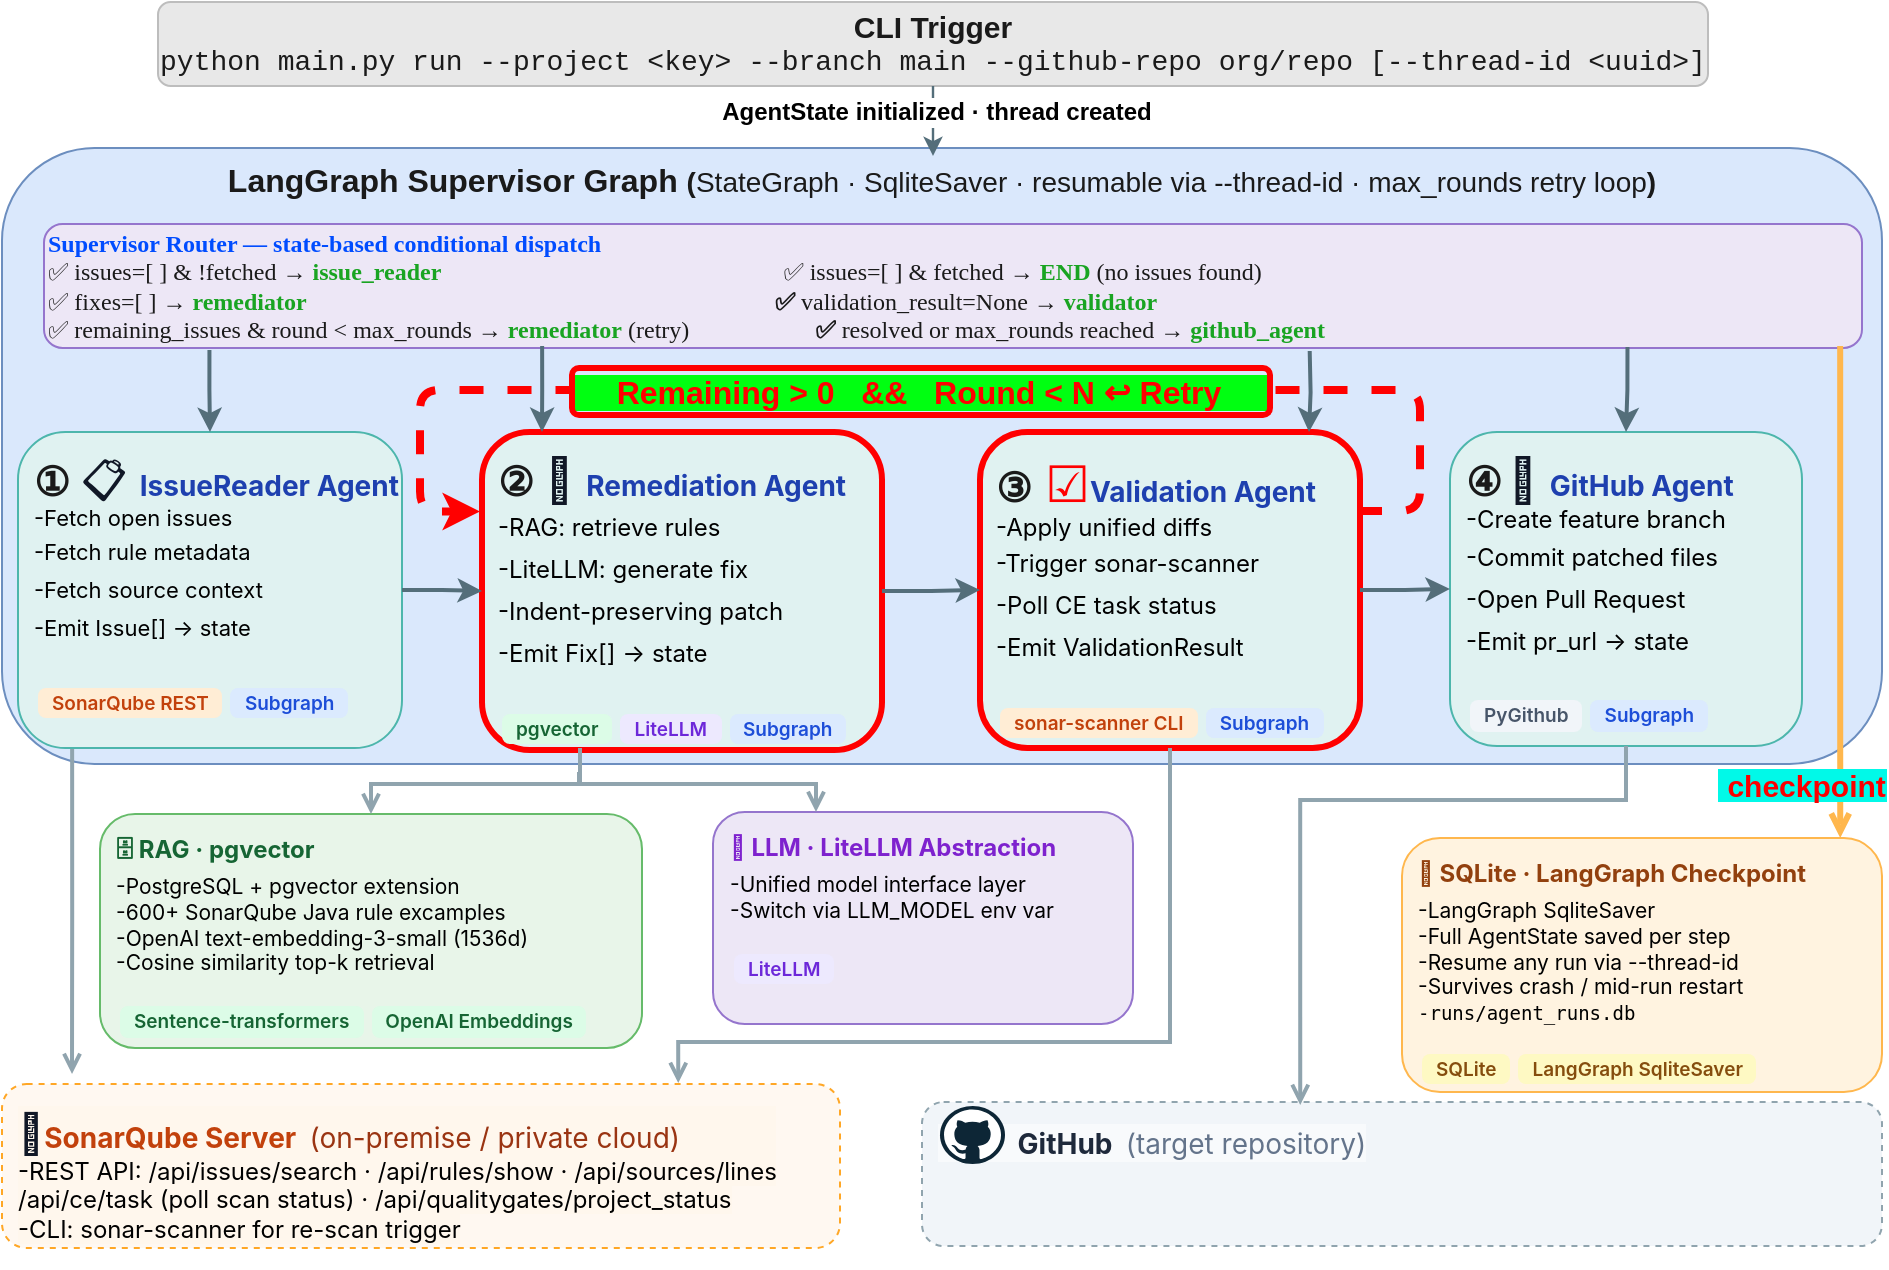
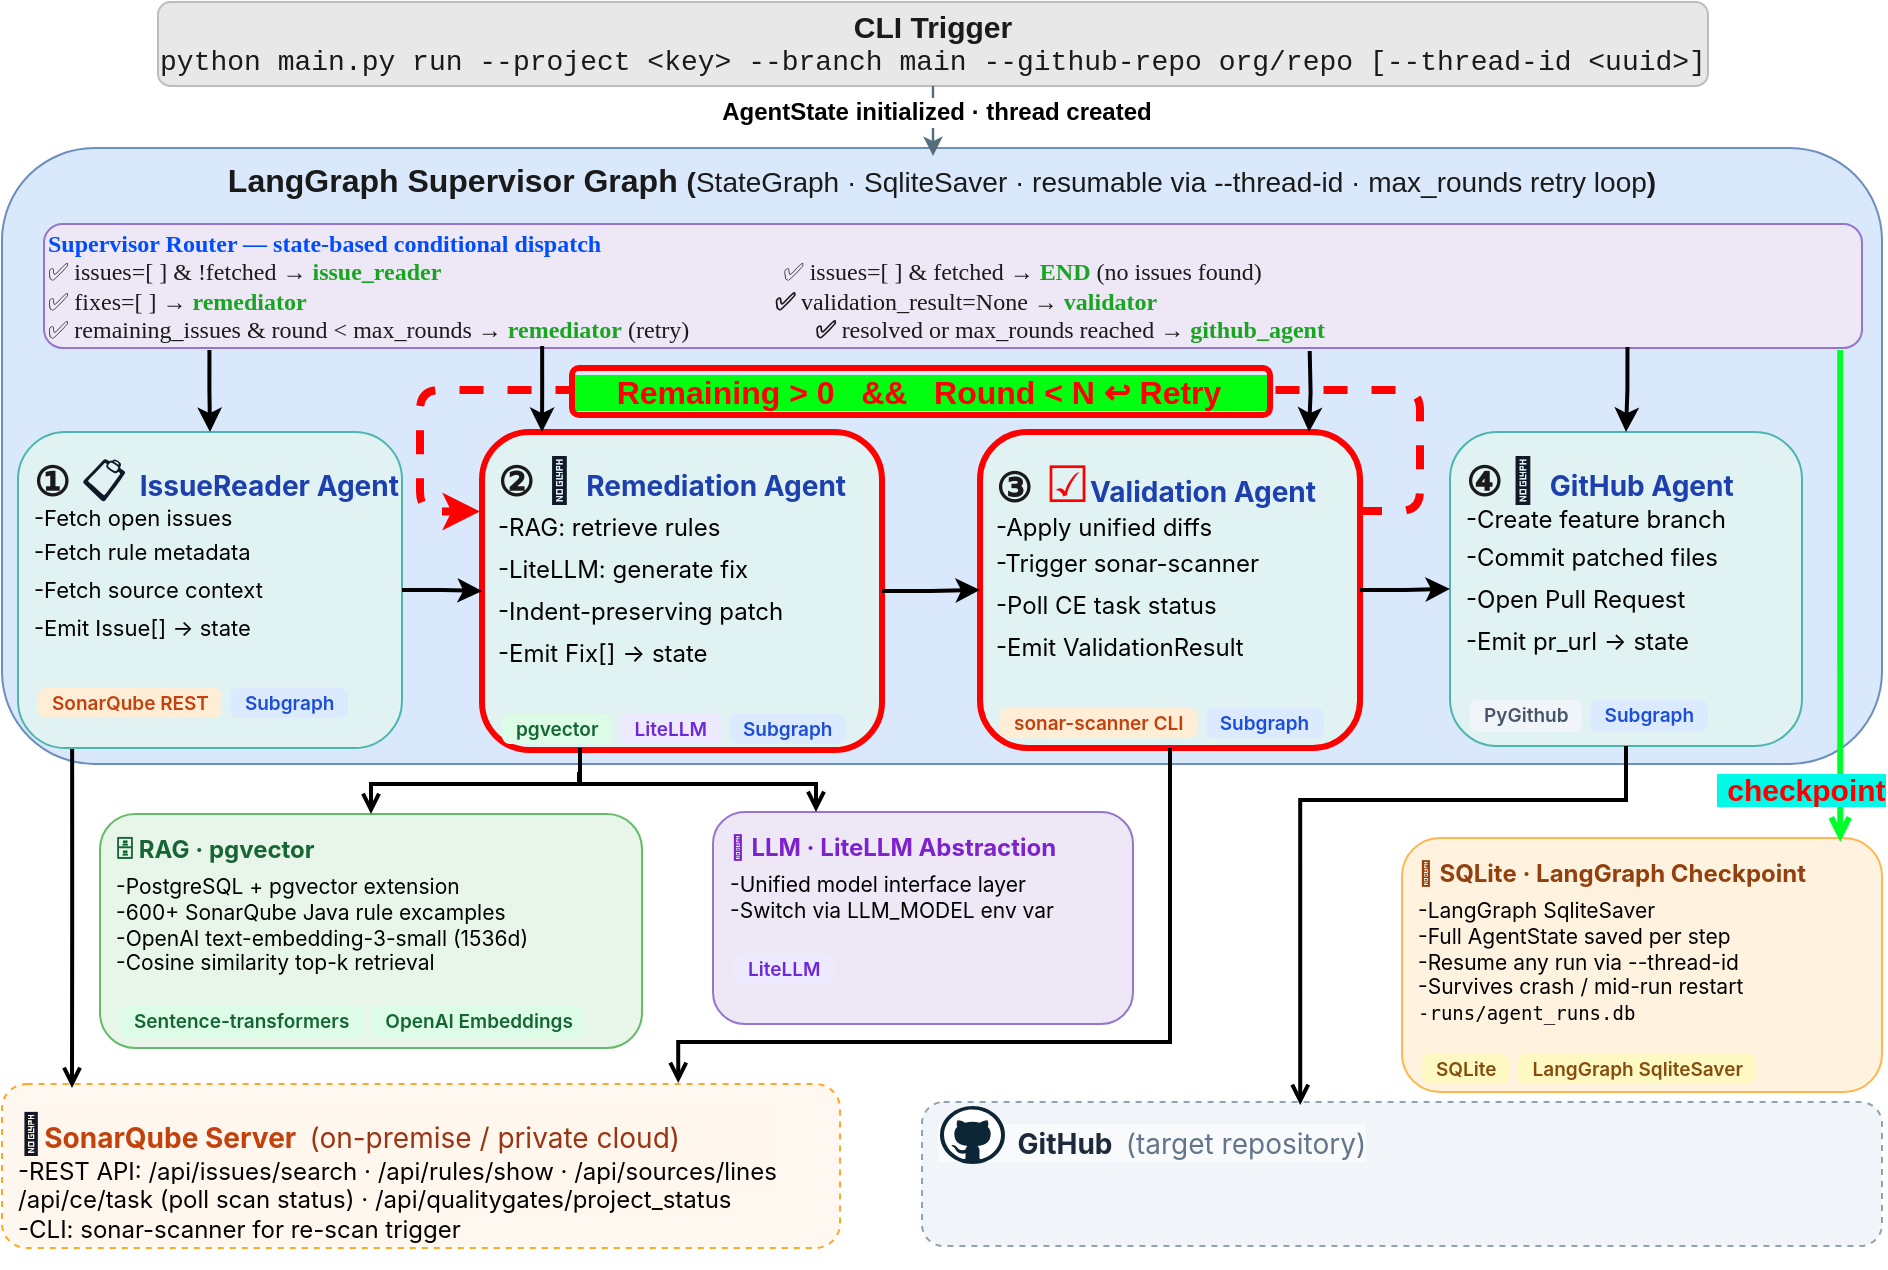
<mxfile host="Electron">
  <diagram id="sonarfix-ai" name="SonarFix AI Architecture">
    <mxGraphModel dx="1006" dy="738" grid="0" gridSize="10" guides="1" tooltips="1" connect="1" arrows="1" fold="1" page="1" pageScale="1" pageWidth="1400" pageHeight="800" math="0" shadow="0">
      <root>
        <mxCell id="0" />
        <mxCell id="1" parent="0" />
        <mxCell id="o23SUQjP1X1r7azrbHUw-1" parent="1" style="rounded=1;whiteSpace=wrap;html=1;fillColor=#dae8fc;strokeColor=#6c8ebf;verticalAlign=top;" value="&lt;font style=&quot;color: rgb(26, 26, 26);&quot;&gt;&lt;b style=&quot;&quot;&gt;&lt;font style=&quot;font-size: 16px;&quot;&gt;LangGraph Supervisor Graph &lt;/font&gt;&lt;span style=&quot;font-size: 14px;&quot;&gt;(&lt;/span&gt;&lt;/b&gt;&lt;span style=&quot;font-size: 14px;&quot;&gt;StateGraph · SqliteSaver · resumable via --thread-id · max_rounds retry loop&lt;/span&gt;&lt;b style=&quot;font-size: 14px;&quot;&gt;)&lt;/b&gt;&lt;/font&gt;" vertex="1">
          <mxGeometry height="308" width="940" x="50" y="107" as="geometry" />
        </mxCell>
        <mxCell id="cli" parent="1" style="rounded=1;whiteSpace=wrap;html=1;fillColor=#e8e8e8;strokeColor=#bdbdbd;fontColor=#1a1a1a;fontSize=11;align=center;verticalAlign=middle;" value="&lt;font style=&quot;font-size: 15px;&quot;&gt;&lt;b&gt;CLI Trigger&lt;/b&gt;&lt;br&gt;&lt;/font&gt;&lt;font face=&quot;Courier New, monospace&quot; style=&quot;font-size: 14px;&quot;&gt;python main.py run --project &amp;lt;key&amp;gt; --branch main --github-repo org/repo [--thread-id &amp;lt;uuid&amp;gt;]&lt;/font&gt;" vertex="1">
          <mxGeometry height="42" width="775" x="128" y="34" as="geometry" />
        </mxCell>
        <mxCell id="supervisor" parent="1" style="rounded=1;whiteSpace=wrap;html=1;fillColor=#ede7f6;strokeColor=#9575cd;fontColor=#1a1a1a;fontSize=11;align=left;verticalAlign=middle;" value="&lt;div&gt;&lt;b&gt;&lt;font style=&quot;font-size: 12px; color: light-dark(rgb(0, 76, 255), rgb(237, 237, 237));&quot; face=&quot;Verdana&quot;&gt;Supervisor Router — state-based conditional dispatch&lt;/font&gt;&lt;/b&gt;&lt;/div&gt;&lt;div&gt;&lt;span style=&quot;background-color: transparent; font-size: 12px;&quot;&gt;&lt;font face=&quot;Verdana&quot;&gt;✅&lt;/font&gt;&lt;/span&gt;&lt;font face=&quot;Verdana&quot;&gt;&lt;font style=&quot;font-size: 12px;&quot;&gt;&lt;font style=&quot;&quot;&gt;&amp;nbsp;is&lt;/font&gt;&lt;font style=&quot;&quot;&gt;sues&lt;/font&gt;&lt;/font&gt;&lt;font style=&quot;font-size: 12px;&quot;&gt;=[ ] &amp;amp; !fetched → &lt;b&gt;&lt;font style=&quot;color: light-dark(rgb(25, 164, 34), rgb(237, 237, 237));&quot;&gt;issue_reader&lt;/font&gt;&lt;/b&gt;&amp;nbsp; &amp;nbsp; &amp;nbsp; &amp;nbsp; &amp;nbsp; &amp;nbsp; &amp;nbsp; &amp;nbsp; &amp;nbsp; &amp;nbsp; &amp;nbsp; &amp;nbsp; &amp;nbsp; &amp;nbsp; &amp;nbsp; &amp;nbsp; &amp;nbsp; &amp;nbsp; &amp;nbsp; &amp;nbsp; &amp;nbsp; &amp;nbsp; &amp;nbsp; &amp;nbsp; &amp;nbsp; &amp;nbsp; &amp;nbsp; &amp;nbsp; &amp;nbsp;&lt;/font&gt;&lt;/font&gt;&lt;span style=&quot;background-color: transparent; font-size: 12px;&quot;&gt;&lt;font face=&quot;Verdana&quot;&gt;✅&lt;/font&gt;&lt;/span&gt;&lt;b style=&quot;font-size: 12px; font-family: Verdana; background-color: transparent; color: light-dark(rgb(26, 26, 26), rgb(215, 215, 215));&quot;&gt;&amp;nbsp;&lt;/b&gt;&lt;span style=&quot;font-size: 12px; font-family: Verdana; background-color: transparent; color: light-dark(rgb(26, 26, 26), rgb(215, 215, 215));&quot;&gt;issues=[ ] &amp;amp; fetched → &lt;/span&gt;&lt;font style=&quot;font-size: 12px; font-family: Verdana; background-color: transparent; color: light-dark(rgb(25, 164, 34), rgb(43, 163, 51));&quot;&gt;&lt;b&gt;END&lt;/b&gt;&lt;/font&gt;&lt;span style=&quot;font-size: 12px; font-family: Verdana; background-color: transparent; color: light-dark(rgb(26, 26, 26), rgb(215, 215, 215));&quot;&gt; (no issues found)&lt;/span&gt;&lt;/div&gt;&lt;div&gt;&lt;span style=&quot;background-color: transparent; font-size: 12px;&quot;&gt;&lt;font face=&quot;Verdana&quot;&gt;✅&lt;/font&gt;&lt;/span&gt;&lt;font style=&quot;font-size: 12px;&quot; face=&quot;Verdana&quot;&gt;&amp;nbsp;fixes=[ ] → &lt;font style=&quot;color: rgb(25, 164, 34);&quot;&gt;&lt;b style=&quot;&quot;&gt;remediator&lt;/b&gt;&lt;/font&gt;&amp;nbsp; &amp;nbsp; &amp;nbsp; &amp;nbsp; &amp;nbsp; &amp;nbsp; &amp;nbsp; &amp;nbsp; &amp;nbsp; &amp;nbsp; &amp;nbsp; &amp;nbsp; &amp;nbsp; &amp;nbsp; &amp;nbsp; &amp;nbsp; &amp;nbsp; &amp;nbsp; &amp;nbsp; &amp;nbsp; &amp;nbsp; &amp;nbsp; &amp;nbsp; &amp;nbsp; &amp;nbsp; &amp;nbsp; &amp;nbsp; &amp;nbsp; &amp;nbsp; &amp;nbsp; &amp;nbsp; &amp;nbsp; &amp;nbsp; &amp;nbsp; &amp;nbsp; &amp;nbsp; &amp;nbsp; &amp;nbsp; &amp;nbsp;&amp;nbsp;&lt;/font&gt;&lt;span style=&quot;background-color: transparent; font-size: 12px;&quot;&gt;&lt;font face=&quot;Verdana&quot;&gt;&lt;b&gt;✅&lt;/b&gt;&lt;/font&gt;&lt;/span&gt;&lt;span style=&quot;font-size: 12px; font-family: Verdana; background-color: transparent; color: light-dark(rgb(26, 26, 26), rgb(215, 215, 215));&quot;&gt;&amp;nbsp;validation_result=None → &lt;/span&gt;&lt;font style=&quot;font-size: 12px; font-family: Verdana; background-color: transparent; color: light-dark(rgb(25, 164, 34), rgb(237, 237, 237));&quot;&gt;&lt;b&gt;validator&lt;/b&gt;&lt;/font&gt;&lt;/div&gt;&lt;div style=&quot;&quot;&gt;&lt;font style=&quot;&quot;&gt;&lt;span style=&quot;background-color: transparent; font-size: 12px;&quot;&gt;&lt;font face=&quot;Verdana&quot;&gt;✅&lt;/font&gt;&lt;/span&gt;&lt;font face=&quot;Verdana&quot; style=&quot;font-size: 12px;&quot;&gt;&amp;nbsp;remaining_issues &amp;amp; round &amp;lt; max_rounds → &lt;font style=&quot;color: rgb(25, 164, 34);&quot;&gt;&lt;b&gt;remediator&lt;/b&gt;&lt;/font&gt; (retry)&amp;nbsp; &amp;nbsp; &amp;nbsp; &amp;nbsp; &amp;nbsp; &amp;nbsp; &amp;nbsp; &amp;nbsp; &amp;nbsp; &amp;nbsp; &amp;nbsp;&lt;/font&gt;&lt;/font&gt;&lt;span style=&quot;background-color: transparent; font-size: 12px;&quot;&gt;&lt;font face=&quot;Verdana&quot;&gt;&lt;b&gt;✅&lt;/b&gt;&lt;/font&gt;&lt;/span&gt;&lt;font face=&quot;Verdana&quot; style=&quot;background-color: transparent; color: light-dark(rgb(26, 26, 26), rgb(215, 215, 215)); font-size: 12px;&quot;&gt;&amp;nbsp;resolved or max_rounds reached → &lt;/font&gt;&lt;font style=&quot;background-color: transparent; font-size: 12px; color: rgb(25, 164, 34);&quot;&gt;&lt;b&gt;&lt;font face=&quot;Verdana&quot;&gt;github_agent&lt;/font&gt;&lt;/b&gt;&lt;/font&gt;&lt;/div&gt;" vertex="1">
          <mxGeometry height="62" width="909" x="71" y="145" as="geometry" />
        </mxCell>
        <mxCell id="reader" parent="1" style="rounded=1;whiteSpace=wrap;html=1;fillColor=#e0f2f1;strokeColor=#4db6ac;fontColor=#1a1a1a;fontSize=10;align=left;spacingLeft=6;verticalAlign=top;spacingTop=4;" value="&lt;b&gt;&lt;font style=&quot;font-size: 20px;&quot;&gt;①&amp;nbsp;&lt;/font&gt;&lt;/b&gt;&lt;span style=&quot;color: rgb(17, 24, 39); font-family: -apple-system, &amp;quot;system-ui&amp;quot;, &amp;quot;Segoe UI&amp;quot;, Roboto, sans-serif; font-size: 22px; background-color: transparent;&quot;&gt;📋&amp;nbsp;&lt;/span&gt;&lt;span style=&quot;color: rgb(30, 64, 175); font-family: -apple-system, &amp;quot;system-ui&amp;quot;, &amp;quot;Segoe UI&amp;quot;, Roboto, sans-serif; font-weight: 700; background-color: transparent;&quot;&gt;&lt;font style=&quot;font-size: 14px;&quot;&gt;IssueReader Agent&lt;/font&gt;&lt;/span&gt;&lt;div&gt;&lt;span style=&quot;font-family: -apple-system, &amp;quot;system-ui&amp;quot;, &amp;quot;Segoe UI&amp;quot;, Roboto, sans-serif; background-color: transparent;&quot;&gt;&lt;font style=&quot;color: light-dark(rgb(0, 0, 0), rgb(134, 140, 152)); font-size: 11px;&quot;&gt;-Fetch open issues&lt;/font&gt;&lt;/span&gt;&lt;/div&gt;&lt;div&gt;&lt;ul class=&quot;agent-steps&quot; style=&quot;box-sizing: border-box; margin: 0px; padding: 0px; list-style: none; line-height: 1.75; font-family: -apple-system, &amp;quot;system-ui&amp;quot;, &amp;quot;Segoe UI&amp;quot;, Roboto, sans-serif; color: rgb(107, 114, 128);&quot;&gt;&lt;li style=&quot;box-sizing: border-box; margin: 0px; padding: 0px;&quot;&gt;&lt;font style=&quot;color: light-dark(rgb(0, 0, 0), rgb(134, 140, 152)); font-size: 11px;&quot;&gt;-Fetch rule metadata&lt;/font&gt;&lt;/li&gt;&lt;li style=&quot;box-sizing: border-box; margin: 0px; padding: 0px;&quot;&gt;&lt;font style=&quot;color: light-dark(rgb(0, 0, 0), rgb(134, 140, 152)); font-size: 11px;&quot;&gt;-Fetch source context&lt;/font&gt;&lt;/li&gt;&lt;li style=&quot;box-sizing: border-box; margin: 0px; padding: 0px;&quot;&gt;&lt;font style=&quot;color: light-dark(rgb(0, 0, 0), rgb(134, 140, 152)); font-size: 11px;&quot;&gt;-Emit Issue[] → state&lt;/font&gt;&lt;/li&gt;&lt;li style=&quot;color: rgb(107, 114, 128); box-sizing: border-box; margin: 0px; padding: 0px;&quot;&gt;&lt;br&gt;&lt;/li&gt;&lt;/ul&gt;&lt;span class=&quot;badge b-orange&quot; style=&quot;box-sizing: border-box; margin: 2px; padding: 2px 7px; display: inline-block; font-size: 9.5px; font-weight: 600; border-radius: 4px; background: rgb(255, 237, 213); color: rgb(194, 65, 12); font-family: -apple-system, &amp;quot;system-ui&amp;quot;, &amp;quot;Segoe UI&amp;quot;, Roboto, sans-serif;&quot;&gt;SonarQube REST&lt;/span&gt;&lt;span class=&quot;badge b-blue&quot; style=&quot;box-sizing: border-box; margin: 2px; padding: 2px 7px; display: inline-block; font-size: 9.5px; font-weight: 600; border-radius: 4px; background: rgb(219, 234, 254); color: rgb(29, 78, 216); font-family: -apple-system, &amp;quot;system-ui&amp;quot;, &amp;quot;Segoe UI&amp;quot;, Roboto, sans-serif;&quot;&gt;Subgraph&lt;/span&gt;&lt;/div&gt;" vertex="1">
          <mxGeometry height="158" width="192" x="58" y="249" as="geometry" />
        </mxCell>
        <mxCell id="remediator" parent="1" style="rounded=1;whiteSpace=wrap;html=1;fillColor=#e0f2f1;strokeColor=light-dark(#ff0000, #1e7870);fontColor=#1a1a1a;fontSize=10;align=left;spacingLeft=6;verticalAlign=top;spacingTop=4;strokeWidth=3;" value="&lt;b&gt;&lt;font style=&quot;font-size: 20px;&quot;&gt;②&amp;nbsp;&lt;/font&gt;&lt;/b&gt;&lt;span style=&quot;color: rgb(17, 24, 39); font-family: -apple-system, &amp;quot;system-ui&amp;quot;, &amp;quot;Segoe UI&amp;quot;, Roboto, sans-serif; font-size: 22px; background-color: transparent;&quot;&gt;🔧&amp;nbsp;&lt;/span&gt;&lt;span style=&quot;color: rgb(30, 64, 175); font-family: -apple-system, &amp;quot;system-ui&amp;quot;, &amp;quot;Segoe UI&amp;quot;, Roboto, sans-serif; font-weight: 700; background-color: transparent;&quot;&gt;&lt;font style=&quot;font-size: 14px;&quot;&gt;Remediation Agent&lt;/font&gt;&lt;/span&gt;&lt;div&gt;&lt;ul class=&quot;agent-steps&quot; style=&quot;box-sizing: border-box; margin: 0px; padding: 0px; list-style: none; line-height: 1.75; font-family: -apple-system, &amp;quot;system-ui&amp;quot;, &amp;quot;Segoe UI&amp;quot;, Roboto, sans-serif;&quot;&gt;&lt;li style=&quot;box-sizing: border-box; margin: 0px; padding: 0px;&quot;&gt;&lt;font style=&quot;color: light-dark(rgb(0, 0, 0), rgb(134, 140, 152)); font-size: 12px;&quot;&gt;-RAG: retrieve rules&lt;/font&gt;&lt;/li&gt;&lt;li style=&quot;box-sizing: border-box; margin: 0px; padding: 0px;&quot;&gt;&lt;font style=&quot;color: light-dark(rgb(0, 0, 0), rgb(134, 140, 152)); font-size: 12px;&quot;&gt;-LiteLLM: generate fix&lt;/font&gt;&lt;/li&gt;&lt;li style=&quot;box-sizing: border-box; margin: 0px; padding: 0px;&quot;&gt;&lt;font style=&quot;color: light-dark(rgb(0, 0, 0), rgb(134, 140, 152)); font-size: 12px;&quot;&gt;-Indent-preserving patch&lt;/font&gt;&lt;/li&gt;&lt;li style=&quot;box-sizing: border-box; margin: 0px; padding: 0px;&quot;&gt;&lt;font style=&quot;color: light-dark(rgb(0, 0, 0), rgb(134, 140, 152)); font-size: 12px;&quot;&gt;-Emit Fix[] → state&lt;/font&gt;&lt;/li&gt;&lt;li style=&quot;color: rgb(107, 114, 128); box-sizing: border-box; margin: 0px; padding: 0px;&quot;&gt;&lt;br&gt;&lt;/li&gt;&lt;/ul&gt;&lt;span class=&quot;badge b-green&quot; style=&quot;box-sizing: border-box; margin: 2px; padding: 2px 7px; display: inline-block; font-size: 9.5px; font-weight: 600; border-radius: 4px; background: rgb(220, 252, 231); color: rgb(22, 101, 52); font-family: -apple-system, &amp;quot;system-ui&amp;quot;, &amp;quot;Segoe UI&amp;quot;, Roboto, sans-serif;&quot;&gt;pgvector&lt;/span&gt;&lt;span class=&quot;badge b-purple&quot; style=&quot;box-sizing: border-box; margin: 2px; padding: 2px 7px; display: inline-block; font-size: 9.5px; font-weight: 600; border-radius: 4px; background: rgb(237, 233, 254); color: rgb(109, 40, 217); font-family: -apple-system, &amp;quot;system-ui&amp;quot;, &amp;quot;Segoe UI&amp;quot;, Roboto, sans-serif;&quot;&gt;LiteLLM&lt;/span&gt;&lt;span class=&quot;badge b-blue&quot; style=&quot;box-sizing: border-box; margin: 2px; padding: 2px 7px; display: inline-block; font-size: 9.5px; font-weight: 600; border-radius: 4px; background: rgb(219, 234, 254); color: rgb(29, 78, 216); font-family: -apple-system, &amp;quot;system-ui&amp;quot;, &amp;quot;Segoe UI&amp;quot;, Roboto, sans-serif;&quot;&gt;Subgraph&lt;/span&gt;&lt;/div&gt;&lt;div&gt;&lt;span style=&quot;background-color: rgb(237, 233, 254); color: rgb(109, 40, 217); font-family: -apple-system, &amp;quot;system-ui&amp;quot;, &amp;quot;Segoe UI&amp;quot;, Roboto, sans-serif; font-size: 9.5px; font-weight: 600;&quot;&gt;&lt;br&gt;&lt;/span&gt;&lt;/div&gt;" vertex="1">
          <mxGeometry height="159" width="200" x="290" y="249" as="geometry" />
        </mxCell>
        <mxCell id="validator" parent="1" style="rounded=1;whiteSpace=wrap;html=1;fillColor=#e0f2f1;strokeColor=light-dark(#ff0000, #1e7870);fontColor=#1a1a1a;fontSize=10;align=left;spacingLeft=6;verticalAlign=top;spacingTop=4;strokeWidth=3;" value="&lt;font style=&quot;&quot;&gt;&lt;b style=&quot;&quot;&gt;&lt;font style=&quot;font-size: 20px;&quot;&gt;③&lt;/font&gt;&lt;span style=&quot;font-size: 12px;&quot;&gt;&amp;nbsp;&amp;nbsp;&lt;/span&gt;&lt;/b&gt;&lt;/font&gt;&lt;span style=&quot;font-family: -apple-system, &amp;quot;system-ui&amp;quot;, &amp;quot;Segoe UI&amp;quot;, Roboto, sans-serif; font-weight: 700;&quot;&gt;&lt;span style=&quot;font-family: -apple-system, &amp;quot;system-ui&amp;quot;, &amp;quot;Helvetica Neue&amp;quot;, &amp;quot;PingFang SC&amp;quot;, &amp;quot;Microsoft YaHei&amp;quot;, &amp;quot;Source Han Sans SC&amp;quot;, &amp;quot;Noto Sans CJK SC&amp;quot;, &amp;quot;WenQuanYi Micro Hei&amp;quot;, &amp;quot;MiSans L3&amp;quot;, &amp;quot;Segoe UI&amp;quot;, sans-serif; font-weight: 400;&quot;&gt;&lt;font style=&quot;color: light-dark(rgb(255, 0, 0), rgb(185, 188, 193)); font-size: 25px;&quot;&gt;☑&lt;/font&gt;&lt;/span&gt;&lt;font color=&quot;#1e40af&quot; style=&quot;font-size: 14px;&quot;&gt;Validation Agent&lt;/font&gt;&lt;/span&gt;&lt;div&gt;&lt;span style=&quot;font-family: -apple-system, &amp;quot;system-ui&amp;quot;, &amp;quot;Segoe UI&amp;quot;, Roboto, sans-serif; background-color: transparent;&quot;&gt;&lt;font style=&quot;color: light-dark(rgb(0, 0, 0), rgb(134, 140, 152)); font-size: 12px;&quot;&gt;-Apply unified diffs&lt;/font&gt;&lt;/span&gt;&lt;/div&gt;&lt;div&gt;&lt;ul class=&quot;agent-steps&quot; style=&quot;box-sizing: border-box; margin: 0px; padding: 0px; list-style: none; line-height: 1.75; font-family: -apple-system, &amp;quot;system-ui&amp;quot;, &amp;quot;Segoe UI&amp;quot;, Roboto, sans-serif; color: rgb(107, 114, 128);&quot;&gt;&lt;li style=&quot;box-sizing: border-box; margin: 0px; padding: 0px;&quot;&gt;&lt;font style=&quot;color: light-dark(rgb(0, 0, 0), rgb(134, 140, 152)); font-size: 12px;&quot;&gt;-Trigger sonar-scanner&lt;/font&gt;&lt;/li&gt;&lt;li style=&quot;box-sizing: border-box; margin: 0px; padding: 0px;&quot;&gt;&lt;font style=&quot;color: light-dark(rgb(0, 0, 0), rgb(134, 140, 152)); font-size: 12px;&quot;&gt;-Poll CE task status&lt;/font&gt;&lt;/li&gt;&lt;li style=&quot;box-sizing: border-box; margin: 0px; padding: 0px;&quot;&gt;&lt;font style=&quot;color: light-dark(rgb(0, 0, 0), rgb(134, 140, 152)); font-size: 12px;&quot;&gt;-Emit ValidationResult&lt;/font&gt;&lt;/li&gt;&lt;li style=&quot;color: rgb(107, 114, 128); box-sizing: border-box; margin: 0px; padding: 0px;&quot;&gt;&lt;br&gt;&lt;/li&gt;&lt;/ul&gt;&lt;span class=&quot;badge b-orange&quot; style=&quot;box-sizing: border-box; margin: 2px; padding: 2px 7px; display: inline-block; font-size: 9.5px; font-weight: 600; border-radius: 4px; background: rgb(255, 237, 213); color: rgb(194, 65, 12); font-family: -apple-system, &amp;quot;system-ui&amp;quot;, &amp;quot;Segoe UI&amp;quot;, Roboto, sans-serif;&quot;&gt;sonar-scanner CLI&lt;/span&gt;&lt;span class=&quot;badge b-blue&quot; style=&quot;box-sizing: border-box; margin: 2px; padding: 2px 7px; display: inline-block; font-size: 9.5px; font-weight: 600; border-radius: 4px; background: rgb(219, 234, 254); color: rgb(29, 78, 216); font-family: -apple-system, &amp;quot;system-ui&amp;quot;, &amp;quot;Segoe UI&amp;quot;, Roboto, sans-serif;&quot;&gt;Subgraph&lt;/span&gt;&lt;/div&gt;" vertex="1">
          <mxGeometry height="158" width="190" x="539" y="249" as="geometry" />
        </mxCell>
        <mxCell id="github-agent" parent="1" style="rounded=1;whiteSpace=wrap;html=1;fillColor=#e0f2f1;strokeColor=#4db6ac;fontColor=#1a1a1a;fontSize=10;align=left;spacingLeft=6;verticalAlign=top;spacingTop=4;" value="&lt;b&gt;&lt;font style=&quot;font-size: 20px;&quot;&gt;④&lt;/font&gt;&lt;font style=&quot;font-size: 12px;&quot;&gt;&amp;nbsp;&lt;/font&gt;&lt;/b&gt;&lt;span style=&quot;color: rgb(17, 24, 39); font-family: -apple-system, &amp;quot;system-ui&amp;quot;, &amp;quot;Segoe UI&amp;quot;, Roboto, sans-serif; font-size: 22px; background-color: transparent;&quot;&gt;🐙&amp;nbsp;&lt;/span&gt;&lt;span style=&quot;color: rgb(30, 64, 175); font-family: -apple-system, &amp;quot;system-ui&amp;quot;, &amp;quot;Segoe UI&amp;quot;, Roboto, sans-serif; font-weight: 700; background-color: transparent;&quot;&gt;&lt;font style=&quot;font-size: 14px;&quot;&gt;GitHub Agent&lt;/font&gt;&lt;/span&gt;&lt;ul class=&quot;agent-steps&quot; style=&quot;box-sizing: border-box; margin: 0px; padding: 0px; list-style: none; color: rgb(107, 114, 128); line-height: 1.75; font-family: -apple-system, &amp;quot;system-ui&amp;quot;, &amp;quot;Segoe UI&amp;quot;, Roboto, sans-serif;&quot;&gt;&lt;/ul&gt;&lt;div&gt;&lt;span style=&quot;font-family: -apple-system, &amp;quot;system-ui&amp;quot;, &amp;quot;Segoe UI&amp;quot;, Roboto, sans-serif; background-color: transparent;&quot;&gt;&lt;font style=&quot;color: light-dark(rgb(0, 0, 0), rgb(134, 140, 152)); font-size: 12px;&quot;&gt;-Create feature branch&lt;/font&gt;&lt;/span&gt;&lt;/div&gt;&lt;div&gt;&lt;ul class=&quot;agent-steps&quot; style=&quot;box-sizing: border-box; margin: 0px; padding: 0px; list-style: none; line-height: 1.75; font-family: -apple-system, &amp;quot;system-ui&amp;quot;, &amp;quot;Segoe UI&amp;quot;, Roboto, sans-serif; color: rgb(107, 114, 128);&quot;&gt;&lt;li style=&quot;box-sizing: border-box; margin: 0px; padding: 0px;&quot;&gt;&lt;font style=&quot;color: light-dark(rgb(0, 0, 0), rgb(134, 140, 152)); font-size: 12px;&quot;&gt;-Commit patched files&lt;/font&gt;&lt;/li&gt;&lt;li style=&quot;box-sizing: border-box; margin: 0px; padding: 0px;&quot;&gt;&lt;font style=&quot;color: light-dark(rgb(0, 0, 0), rgb(134, 140, 152)); font-size: 12px;&quot;&gt;-Open Pull Request&lt;/font&gt;&lt;/li&gt;&lt;li style=&quot;box-sizing: border-box; margin: 0px; padding: 0px;&quot;&gt;&lt;font style=&quot;color: light-dark(rgb(0, 0, 0), rgb(134, 140, 152)); font-size: 12px;&quot;&gt;-Emit pr_url → state&lt;/font&gt;&lt;/li&gt;&lt;li style=&quot;color: rgb(107, 114, 128); box-sizing: border-box; margin: 0px; padding: 0px;&quot;&gt;&lt;br&gt;&lt;/li&gt;&lt;/ul&gt;&lt;span class=&quot;badge b-gray&quot; style=&quot;box-sizing: border-box; margin: 2px; padding: 2px 7px; display: inline-block; font-size: 9.5px; font-weight: 600; border-radius: 4px; background: rgb(241, 245, 249); color: rgb(71, 85, 105); font-family: -apple-system, &amp;quot;system-ui&amp;quot;, &amp;quot;Segoe UI&amp;quot;, Roboto, sans-serif;&quot;&gt;PyGithub&lt;/span&gt;&lt;span class=&quot;badge b-blue&quot; style=&quot;box-sizing: border-box; margin: 2px; padding: 2px 7px; display: inline-block; font-size: 9.5px; font-weight: 600; border-radius: 4px; background: rgb(219, 234, 254); color: rgb(29, 78, 216); font-family: -apple-system, &amp;quot;system-ui&amp;quot;, &amp;quot;Segoe UI&amp;quot;, Roboto, sans-serif;&quot;&gt;Subgraph&lt;/span&gt;&lt;/div&gt;" vertex="1">
          <mxGeometry height="157" width="176" x="774" y="249" as="geometry" />
        </mxCell>
        <mxCell id="rag" parent="1" style="rounded=1;whiteSpace=wrap;html=1;fillColor=#e8f5e9;strokeColor=#66bb6a;fontColor=#1a1a1a;fontSize=10;align=left;spacingLeft=6;verticalAlign=top;spacingTop=4;" value="&lt;div class=&quot;infra-title&quot; style=&quot;box-sizing: border-box; margin: 0px 0px 6px; padding: 0px; font-size: 12px; font-weight: 700; color: rgb(22, 101, 52); font-family: -apple-system, &amp;quot;system-ui&amp;quot;, &amp;quot;Segoe UI&amp;quot;, Roboto, sans-serif;&quot;&gt;🗄️ RAG · pgvector&lt;/div&gt;&lt;div&gt;&lt;span style=&quot;font-family: -apple-system, &amp;quot;system-ui&amp;quot;, &amp;quot;Segoe UI&amp;quot;, Roboto, sans-serif; font-size: 10.5px; background-color: transparent;&quot;&gt;&lt;font style=&quot;color: light-dark(rgb(0, 0, 0), rgb(134, 140, 152));&quot;&gt;-PostgreSQL + pgvector extension&lt;/font&gt;&lt;/span&gt;&lt;/div&gt;&lt;div&gt;&lt;span&gt;&lt;font style=&quot;color: light-dark(rgb(0, 0, 0), rgb(134, 140, 152));&quot;&gt;&lt;span style=&quot;font-family: -apple-system, &amp;quot;system-ui&amp;quot;, &amp;quot;Segoe UI&amp;quot;, Roboto, sans-serif; font-size: 10.5px;&quot;&gt;-600+ SonarQube Java rule excamples&lt;/span&gt;&lt;br style=&quot;box-sizing: border-box; margin: 0px; padding: 0px; font-family: -apple-system, &amp;quot;system-ui&amp;quot;, &amp;quot;Segoe UI&amp;quot;, Roboto, sans-serif; font-size: 10.5px;&quot;&gt;&lt;span style=&quot;font-family: -apple-system, &amp;quot;system-ui&amp;quot;, &amp;quot;Segoe UI&amp;quot;, Roboto, sans-serif; font-size: 10.5px;&quot;&gt;-OpenAI text-embedding-3-small (1536d)&lt;/span&gt;&lt;br style=&quot;box-sizing: border-box; margin: 0px; padding: 0px; font-family: -apple-system, &amp;quot;system-ui&amp;quot;, &amp;quot;Segoe UI&amp;quot;, Roboto, sans-serif; font-size: 10.5px;&quot;&gt;&lt;span style=&quot;font-family: -apple-system, &amp;quot;system-ui&amp;quot;, &amp;quot;Segoe UI&amp;quot;, Roboto, sans-serif; font-size: 10.5px;&quot;&gt;-Cosine similarity top-k retrieval&lt;/span&gt;&lt;/font&gt;&lt;/span&gt;&lt;/div&gt;&lt;div&gt;&lt;span&gt;&lt;span style=&quot;color: rgb(107, 114, 128); font-family: -apple-system, &amp;quot;system-ui&amp;quot;, &amp;quot;Segoe UI&amp;quot;, Roboto, sans-serif; font-size: 10.5px;&quot;&gt;&lt;br&gt;&lt;/span&gt;&lt;/span&gt;&lt;/div&gt;&lt;div&gt;&lt;span class=&quot;badge b-green&quot; style=&quot;box-sizing: border-box; margin: 2px; padding: 2px 7px; display: inline-block; font-size: 9.5px; font-weight: 600; border-radius: 4px; background: rgb(220, 252, 231); color: rgb(22, 101, 52); font-family: -apple-system, &amp;quot;system-ui&amp;quot;, &amp;quot;Segoe UI&amp;quot;, Roboto, sans-serif;&quot;&gt;Sentence-transformers&lt;/span&gt;&lt;span class=&quot;badge b-green&quot; style=&quot;box-sizing: border-box; margin: 2px; padding: 2px 7px; display: inline-block; font-size: 9.5px; font-weight: 600; border-radius: 4px; background: rgb(220, 252, 231); color: rgb(22, 101, 52); font-family: -apple-system, &amp;quot;system-ui&amp;quot;, &amp;quot;Segoe UI&amp;quot;, Roboto, sans-serif;&quot;&gt;OpenAI Embeddings&lt;/span&gt;&lt;/div&gt;" vertex="1">
          <mxGeometry height="117" width="271" x="99" y="440" as="geometry" />
        </mxCell>
        <mxCell id="litellm" parent="1" style="rounded=1;whiteSpace=wrap;html=1;fillColor=#ede7f6;strokeColor=#9575cd;fontColor=#1a1a1a;fontSize=10;align=left;spacingLeft=6;verticalAlign=top;spacingTop=4;" value="&lt;div class=&quot;infra-title&quot; style=&quot;box-sizing: border-box; margin: 0px 0px 6px; padding: 0px; font-size: 12px; font-weight: 700; color: rgb(126, 34, 206); font-family: -apple-system, &amp;quot;system-ui&amp;quot;, &amp;quot;Segoe UI&amp;quot;, Roboto, sans-serif;&quot;&gt;🤖 LLM · LiteLLM Abstraction&lt;/div&gt;&lt;div&gt;&lt;span style=&quot;font-family: -apple-system, &amp;quot;system-ui&amp;quot;, &amp;quot;Segoe UI&amp;quot;, Roboto, sans-serif; font-size: 10.5px; background-color: transparent;&quot;&gt;&lt;font style=&quot;color: light-dark(rgb(0, 0, 0), rgb(134, 140, 152));&quot;&gt;-Unified model interface layer&lt;/font&gt;&lt;/span&gt;&lt;/div&gt;&lt;div&gt;&lt;span&gt;&lt;span style=&quot;font-family: -apple-system, &amp;quot;system-ui&amp;quot;, &amp;quot;Segoe UI&amp;quot;, Roboto, sans-serif; font-size: 10.5px; color: rgb(107, 114, 128);&quot;&gt;&lt;font style=&quot;color: light-dark(rgb(0, 0, 0), rgb(134, 140, 152));&quot;&gt;-Switch via LLM_MODEL env var&lt;/font&gt;&lt;/span&gt;&lt;br style=&quot;box-sizing: border-box; margin: 0px; padding: 0px; color: rgb(107, 114, 128); font-family: -apple-system, &amp;quot;system-ui&amp;quot;, &amp;quot;Segoe UI&amp;quot;, Roboto, sans-serif; font-size: 10.5px;&quot;&gt;&lt;/span&gt;&lt;br&gt;&lt;/div&gt;&lt;div&gt;&lt;span class=&quot;badge b-purple&quot; style=&quot;box-sizing: border-box; margin: 2px; padding: 2px 7px; display: inline-block; font-size: 9.5px; font-weight: 600; border-radius: 4px; background: rgb(237, 233, 254); color: rgb(109, 40, 217); font-family: -apple-system, &amp;quot;system-ui&amp;quot;, &amp;quot;Segoe UI&amp;quot;, Roboto, sans-serif;&quot;&gt;LiteLLM&lt;/span&gt;&lt;/div&gt;" vertex="1">
          <mxGeometry height="106" width="210" x="405.5" y="439" as="geometry" />
        </mxCell>
        <mxCell id="sqlite" parent="1" style="rounded=1;whiteSpace=wrap;html=1;fillColor=#fff3e0;strokeColor=#ffb74d;fontColor=#1a1a1a;fontSize=10;align=left;spacingLeft=6;verticalAlign=top;spacingTop=4;" value="&lt;div&gt;&lt;div class=&quot;infra-title&quot; style=&quot;box-sizing: border-box; margin: 0px 0px 6px; padding: 0px; font-size: 12px; font-weight: 700; color: rgb(146, 64, 14); font-family: -apple-system, &amp;quot;system-ui&amp;quot;, &amp;quot;Segoe UI&amp;quot;, Roboto, sans-serif;&quot;&gt;💾 SQLite · LangGraph Checkpoint&lt;/div&gt;&lt;/div&gt;&lt;div&gt;&lt;span&gt;&lt;font style=&quot;color: light-dark(rgb(0, 0, 0), rgb(134, 140, 152));&quot;&gt;&lt;span style=&quot;font-family: -apple-system, &amp;quot;system-ui&amp;quot;, &amp;quot;Segoe UI&amp;quot;, Roboto, sans-serif; font-size: 10.5px;&quot;&gt;-LangGraph SqliteSaver&lt;/span&gt;&lt;br style=&quot;box-sizing: border-box; margin: 0px; padding: 0px; font-family: -apple-system, &amp;quot;system-ui&amp;quot;, &amp;quot;Segoe UI&amp;quot;, Roboto, sans-serif; font-size: 10.5px;&quot;&gt;&lt;span style=&quot;font-family: -apple-system, &amp;quot;system-ui&amp;quot;, &amp;quot;Segoe UI&amp;quot;, Roboto, sans-serif; font-size: 10.5px;&quot;&gt;-Full AgentState saved per step&lt;/span&gt;&lt;br style=&quot;box-sizing: border-box; margin: 0px; padding: 0px; font-family: -apple-system, &amp;quot;system-ui&amp;quot;, &amp;quot;Segoe UI&amp;quot;, Roboto, sans-serif; font-size: 10.5px;&quot;&gt;&lt;span style=&quot;font-family: -apple-system, &amp;quot;system-ui&amp;quot;, &amp;quot;Segoe UI&amp;quot;, Roboto, sans-serif; font-size: 10.5px;&quot;&gt;-Resume any run via --thread-id&lt;/span&gt;&lt;br style=&quot;box-sizing: border-box; margin: 0px; padding: 0px; font-family: -apple-system, &amp;quot;system-ui&amp;quot;, &amp;quot;Segoe UI&amp;quot;, Roboto, sans-serif; font-size: 10.5px;&quot;&gt;&lt;span style=&quot;font-family: -apple-system, &amp;quot;system-ui&amp;quot;, &amp;quot;Segoe UI&amp;quot;, Roboto, sans-serif; font-size: 10.5px;&quot;&gt;-Survives crash / mid-run restart&lt;/span&gt;&lt;br style=&quot;box-sizing: border-box; margin: 0px; padding: 0px; font-family: -apple-system, &amp;quot;system-ui&amp;quot;, &amp;quot;Segoe UI&amp;quot;, Roboto, sans-serif; font-size: 10.5px;&quot;&gt;&lt;code style=&quot;box-sizing: border-box; margin: 0px; padding: 0px; font-size: 9.5px;&quot;&gt;-runs/agent_runs.db&lt;/code&gt;&lt;/font&gt;&lt;/span&gt;&lt;br&gt;&lt;br&gt;&lt;/div&gt;&lt;div&gt;&lt;span class=&quot;badge b-yellow&quot; style=&quot;box-sizing: border-box; margin: 2px; padding: 2px 7px; display: inline-block; font-size: 9.5px; font-weight: 600; border-radius: 4px; background: rgb(254, 249, 195); color: rgb(133, 77, 14); font-family: -apple-system, &amp;quot;system-ui&amp;quot;, &amp;quot;Segoe UI&amp;quot;, Roboto, sans-serif;&quot;&gt;SQLite&lt;/span&gt;&lt;span class=&quot;badge b-yellow&quot; style=&quot;box-sizing: border-box; margin: 2px; padding: 2px 7px; display: inline-block; font-size: 9.5px; font-weight: 600; border-radius: 4px; background: rgb(254, 249, 195); color: rgb(133, 77, 14); font-family: -apple-system, &amp;quot;system-ui&amp;quot;, &amp;quot;Segoe UI&amp;quot;, Roboto, sans-serif;&quot;&gt;LangGraph SqliteSaver&lt;/span&gt;&lt;/div&gt;" vertex="1">
          <mxGeometry height="127" width="240" x="750" y="452" as="geometry" />
        </mxCell>
        <mxCell id="sonar" parent="1" style="rounded=1;whiteSpace=wrap;html=1;fillColor=#fff8f1;strokeColor=#ffa726;fontColor=#1a1a1a;fontSize=10;dashed=1;align=left;spacingLeft=6;verticalAlign=top;spacingTop=4;" value="&lt;div class=&quot;ext-icon&quot; style=&quot;box-sizing: border-box; margin: 0px; padding: 2px 0px 0px; color: rgb(17, 24, 39); font-family: -apple-system, &amp;quot;system-ui&amp;quot;, &amp;quot;Segoe UI&amp;quot;, Roboto, sans-serif; background-color: rgb(255, 247, 237);&quot;&gt;&lt;font style=&quot;font-size: 20px;&quot;&gt;🔎&lt;/font&gt;&lt;font style=&quot;font-size: 14px;&quot;&gt;&lt;span style=&quot;color: rgb(194, 65, 12); font-weight: 700;&quot;&gt;SonarQube Server &amp;nbsp;&lt;/span&gt;&lt;span style=&quot;box-sizing: border-box; margin: 0px; padding: 0px; color: rgb(154, 52, 18);&quot;&gt;(on-premise / private cloud)&lt;/span&gt;&lt;/font&gt;&lt;/div&gt;&lt;font style=&quot;font-size: 12px; color: light-dark(rgb(0, 0, 0), rgb(134, 140, 152));&quot;&gt;&lt;span style=&quot;font-family: -apple-system, &amp;quot;system-ui&amp;quot;, &amp;quot;Segoe UI&amp;quot;, Roboto, sans-serif; background-color: rgb(255, 247, 237);&quot;&gt;-REST API: /api/issues/search · /api/rules/show · /api/sources/lines&lt;/span&gt;&lt;br style=&quot;box-sizing: border-box; margin: 0px; padding: 0px; font-family: -apple-system, &amp;quot;system-ui&amp;quot;, &amp;quot;Segoe UI&amp;quot;, Roboto, sans-serif; background-color: rgb(255, 247, 237);&quot;&gt;&lt;span style=&quot;font-family: -apple-system, &amp;quot;system-ui&amp;quot;, &amp;quot;Segoe UI&amp;quot;, Roboto, sans-serif; background-color: rgb(255, 247, 237);&quot;&gt;/api/ce/task (poll scan status) · /api/qualitygates/project_status&lt;/span&gt;&lt;br style=&quot;box-sizing: border-box; margin: 0px; padding: 0px; font-family: -apple-system, &amp;quot;system-ui&amp;quot;, &amp;quot;Segoe UI&amp;quot;, Roboto, sans-serif; background-color: rgb(255, 247, 237);&quot;&gt;&lt;span style=&quot;font-family: -apple-system, &amp;quot;system-ui&amp;quot;, &amp;quot;Segoe UI&amp;quot;, Roboto, sans-serif; background-color: rgb(255, 247, 237);&quot;&gt;-CLI: sonar-scanner for re-scan trigger&lt;/span&gt;&lt;/font&gt;&lt;div&gt;&lt;br&gt;&lt;/div&gt;" vertex="1">
          <mxGeometry height="82" width="419" x="50" y="575" as="geometry" />
        </mxCell>
        <mxCell id="gh" parent="1" style="rounded=1;whiteSpace=wrap;html=1;fillColor=#f1f5f9;strokeColor=#90a4ae;fontColor=#1a1a1a;fontSize=10;dashed=1;align=left;spacingLeft=6;verticalAlign=top;spacingTop=4;" value="&lt;div class=&quot;ext-icon&quot; style=&quot;box-sizing: border-box; margin: 0px; padding: 2px 0px 0px; color: rgb(17, 24, 39); font-family: -apple-system, &amp;quot;system-ui&amp;quot;, &amp;quot;Segoe UI&amp;quot;, Roboto, sans-serif; background-color: rgb(248, 250, 252);&quot;&gt;&lt;font style=&quot;font-size: 14px;&quot;&gt;&lt;span style=&quot;color: rgb(30, 41, 59); font-weight: 700;&quot;&gt;&amp;nbsp; &amp;nbsp; &amp;nbsp; &amp;nbsp; &amp;nbsp; &amp;nbsp; GitHub &amp;nbsp;&lt;/span&gt;&lt;span style=&quot;box-sizing: border-box; margin: 0px; padding: 0px; color: rgb(100, 116, 139);&quot;&gt;(target repository)&lt;/span&gt;&lt;/font&gt;&lt;/div&gt;" vertex="1">
          <mxGeometry height="72" width="480" x="510" y="584" as="geometry" />
        </mxCell>
        <mxCell id="e-cli-sup" edge="1" parent="1" source="cli" style="edgeStyle=orthogonalEdgeStyle;rounded=0;strokeColor=#546e7a;strokeWidth=1.2;fontSize=10;align=center;exitX=0.5;exitY=1;exitDx=0;exitDy=0;fontStyle=1;" value="">
          <mxGeometry relative="1" as="geometry">
            <Array as="points">
              <mxPoint x="516" y="111" />
            </Array>
            <mxPoint x="516" y="111" as="targetPoint" />
          </mxGeometry>
        </mxCell>
        <mxCell id="hgE_cEfjaOAfdvFI9JkB-5" connectable="0" parent="e-cli-sup" style="edgeLabel;html=1;align=center;verticalAlign=middle;resizable=0;points=[];" value="&lt;span style=&quot;font-weight: 700;&quot;&gt;&lt;font style=&quot;font-size: 12px;&quot;&gt;AgentState initialized · thread created&lt;/font&gt;&lt;/span&gt;" vertex="1">
          <mxGeometry relative="1" x="-0.2122" y="1" as="geometry">
            <mxPoint y="-1" as="offset" />
          </mxGeometry>
        </mxCell>
-         <mxCell id="e-sup-reader" edge="1" parent="1" source="supervisor" style="edgeStyle=orthogonalEdgeStyle;rounded=0;strokeColor=#546e7a;strokeWidth=2;entryX=0.5;entryY=0;entryDx=0;entryDy=0;exitX=0.091;exitY=1.016;exitDx=0;exitDy=0;exitPerimeter=0;" target="reader" value="">
+         <mxCell id="e-sup-reader" edge="1" parent="1" source="supervisor" style="edgeStyle=orthogonalEdgeStyle;rounded=0;strokeColor=light-dark(#000000, #8197a2);strokeWidth=2;entryX=0.5;entryY=0;entryDx=0;entryDy=0;exitX=0.091;exitY=1.016;exitDx=0;exitDy=0;exitPerimeter=0;" target="reader" value="">
          <mxGeometry relative="1" as="geometry">
            <mxPoint x="154" y="215" as="sourcePoint" />
          </mxGeometry>
        </mxCell>
-         <mxCell id="e-sup-rem" edge="1" parent="1" source="supervisor" style="edgeStyle=orthogonalEdgeStyle;rounded=0;strokeColor=#546e7a;strokeWidth=2;entryX=0.25;entryY=0;entryDx=0;entryDy=0;exitX=0.274;exitY=0.984;exitDx=0;exitDy=0;exitPerimeter=0;" value="">
+         <mxCell id="e-sup-rem" edge="1" parent="1" source="supervisor" style="edgeStyle=orthogonalEdgeStyle;rounded=0;strokeColor=light-dark(#000000, #8197a2);strokeWidth=2;entryX=0.25;entryY=0;entryDx=0;entryDy=0;exitX=0.274;exitY=0.984;exitDx=0;exitDy=0;exitPerimeter=0;" value="">
          <mxGeometry relative="1" as="geometry">
            <mxPoint x="319.155" y="210.50400000000002" as="sourcePoint" />
            <mxPoint x="320" y="249" as="targetPoint" />
          </mxGeometry>
        </mxCell>
-         <mxCell id="e-sup-val" edge="1" parent="1" style="edgeStyle=orthogonalEdgeStyle;rounded=0;strokeColor=#546e7a;strokeWidth=2;entryX=0.75;entryY=0;entryDx=0;entryDy=0;exitX=0.672;exitY=0.96;exitDx=0;exitDy=0;exitPerimeter=0;" value="">
+         <mxCell id="e-sup-val" edge="1" parent="1" style="edgeStyle=orthogonalEdgeStyle;rounded=0;strokeColor=light-dark(#000000, #8197a2);strokeWidth=2;entryX=0.75;entryY=0;entryDx=0;entryDy=0;exitX=0.672;exitY=0.96;exitDx=0;exitDy=0;exitPerimeter=0;" value="">
          <mxGeometry relative="1" as="geometry">
            <mxPoint x="703.848" y="208.51999999999998" as="sourcePoint" />
            <mxPoint x="703.5" y="249" as="targetPoint" />
          </mxGeometry>
        </mxCell>
-         <mxCell id="e-sup-gh" edge="1" parent="1" source="supervisor" style="edgeStyle=orthogonalEdgeStyle;rounded=0;strokeColor=#546e7a;strokeWidth=2;exitX=0.871;exitY=0.992;exitDx=0;exitDy=0;entryX=0.5;entryY=0;entryDx=0;entryDy=0;exitPerimeter=0;" target="github-agent" value="">
+         <mxCell id="e-sup-gh" edge="1" parent="1" source="supervisor" style="edgeStyle=orthogonalEdgeStyle;rounded=0;strokeColor=light-dark(#000000, #8197a2);strokeWidth=2;exitX=0.871;exitY=0.992;exitDx=0;exitDy=0;entryX=0.5;entryY=0;entryDx=0;entryDy=0;exitPerimeter=0;" target="github-agent" value="">
          <mxGeometry relative="1" as="geometry" />
        </mxCell>
-         <mxCell id="e-a1-a2" edge="1" parent="1" source="reader" style="edgeStyle=orthogonalEdgeStyle;rounded=0;strokeColor=#546e7a;strokeWidth=2;exitX=1;exitY=0.5;exitDx=0;exitDy=0;entryX=0;entryY=0.5;entryDx=0;entryDy=0;" target="remediator" value="">
+         <mxCell id="e-a1-a2" edge="1" parent="1" source="reader" style="edgeStyle=orthogonalEdgeStyle;rounded=0;strokeColor=light-dark(#000000, #8197a2);strokeWidth=2;exitX=1;exitY=0.5;exitDx=0;exitDy=0;entryX=0;entryY=0.5;entryDx=0;entryDy=0;" target="remediator" value="">
          <mxGeometry relative="1" as="geometry" />
        </mxCell>
-         <mxCell id="e-a2-a3" edge="1" parent="1" source="remediator" style="edgeStyle=orthogonalEdgeStyle;rounded=0;strokeColor=#546e7a;strokeWidth=2;exitX=1;exitY=0.5;exitDx=0;exitDy=0;entryX=0;entryY=0.5;entryDx=0;entryDy=0;" target="validator" value="">
+         <mxCell id="e-a2-a3" edge="1" parent="1" source="remediator" style="edgeStyle=orthogonalEdgeStyle;rounded=0;strokeColor=light-dark(#000000, #8197a2);strokeWidth=2;exitX=1;exitY=0.5;exitDx=0;exitDy=0;entryX=0;entryY=0.5;entryDx=0;entryDy=0;" target="validator" value="">
          <mxGeometry relative="1" as="geometry" />
        </mxCell>
-         <mxCell id="e-a3-a4" edge="1" parent="1" source="validator" style="edgeStyle=orthogonalEdgeStyle;rounded=0;strokeColor=#546e7a;strokeWidth=2;exitX=1;exitY=0.5;exitDx=0;exitDy=0;entryX=0;entryY=0.5;entryDx=0;entryDy=0;" target="github-agent" value="">
+         <mxCell id="e-a3-a4" edge="1" parent="1" source="validator" style="edgeStyle=orthogonalEdgeStyle;rounded=0;strokeColor=light-dark(#000000, #8197a2);strokeWidth=2;exitX=1;exitY=0.5;exitDx=0;exitDy=0;entryX=0;entryY=0.5;entryDx=0;entryDy=0;" target="github-agent" value="">
          <mxGeometry relative="1" as="geometry" />
        </mxCell>
        <mxCell id="e-retry" edge="1" parent="1" style="edgeStyle=orthogonalEdgeStyle;rounded=1;strokeColor=light-dark(#ff0000, #934a4a);strokeWidth=4;dashed=1;fontSize=16;fontColor=light-dark(#ff0000, #934a4a);fontStyle=1;entryX=0;entryY=0.25;entryDx=0;entryDy=0;exitX=1;exitY=0.25;exitDx=0;exitDy=0;labelBackgroundColor=light-dark(#00ff11, #ededed);" value="     Remaining &gt; 0   &amp;&amp;   Round &lt; N  ↩ Retry     ">
          <mxGeometry relative="1" x="0.0025" as="geometry">
            <mxPoint as="offset" />
            <Array as="points">
              <mxPoint x="759" y="289" />
              <mxPoint x="759" y="228" />
              <mxPoint x="259" y="228" />
              <mxPoint x="259" y="289" />
            </Array>
            <mxPoint x="728" y="288.5" as="sourcePoint" />
            <mxPoint x="289" y="288.75" as="targetPoint" />
          </mxGeometry>
        </mxCell>
-         <mxCell id="e-rem-rag" edge="1" parent="1" style="edgeStyle=orthogonalEdgeStyle;rounded=0;strokeColor=#90a4ae;strokeWidth=2;endArrow=open;endFill=0;entryX=0.5;entryY=0;entryDx=0;entryDy=0;" target="rag" value="">
+         <mxCell id="e-rem-rag" edge="1" parent="1" style="edgeStyle=orthogonalEdgeStyle;rounded=0;strokeColor=light-dark(#000000, #55666e);strokeWidth=2;endArrow=open;endFill=0;entryX=0.5;entryY=0;entryDx=0;entryDy=0;" target="rag" value="">
          <mxGeometry relative="1" as="geometry">
            <Array as="points">
              <mxPoint x="339" y="425" />
              <mxPoint x="235" y="425" />
            </Array>
            <mxPoint x="338.5" y="419" as="sourcePoint" />
            <mxPoint x="233" y="437" as="targetPoint" />
          </mxGeometry>
        </mxCell>
-         <mxCell id="e-rem-llm" edge="1" parent="1" source="remediator" style="edgeStyle=orthogonalEdgeStyle;rounded=0;strokeColor=#90a4ae;strokeWidth=2;endArrow=open;endFill=0;exitX=0.25;exitY=1;exitDx=0;exitDy=0;" target="litellm" value="">
+         <mxCell id="e-rem-llm" edge="1" parent="1" source="remediator" style="edgeStyle=orthogonalEdgeStyle;rounded=0;strokeColor=light-dark(#000000, #55666e);strokeWidth=2;endArrow=open;endFill=0;exitX=0.25;exitY=1;exitDx=0;exitDy=0;" target="litellm" value="">
          <mxGeometry relative="1" as="geometry">
            <Array as="points">
              <mxPoint x="339" y="408" />
              <mxPoint x="339" y="425" />
              <mxPoint x="457" y="425" />
            </Array>
            <mxPoint x="339" y="417" as="sourcePoint" />
            <mxPoint x="457" y="444" as="targetPoint" />
          </mxGeometry>
        </mxCell>
-         <mxCell id="e-sup-sqlite" edge="1" parent="1" source="supervisor" style="edgeStyle=orthogonalEdgeStyle;rounded=0;strokeColor=#ffb74d;strokeWidth=3;endArrow=open;endFill=0;fontSize=15;entryX=0.913;entryY=0;entryDx=0;entryDy=0;entryPerimeter=0;exitX=0.988;exitY=0.984;exitDx=0;exitDy=0;exitPerimeter=0;labelBackgroundColor=light-dark(#01f9e8, #ededed);fontColor=light-dark(#fa0000, #ededed);fontStyle=1" value=" checkpoint">
-           <mxGeometry relative="1" x="0.7881" y="-19" as="geometry">
-             <mxPoint y="-1" as="offset" />
-             <mxPoint x="969.0250000000001" y="215.01600000000008" as="sourcePoint" />
-             <mxPoint x="969.1199999999999" y="452" as="targetPoint" />
+         <mxCell id="e-sup-sqlite" edge="1" parent="1" style="edgeStyle=orthogonalEdgeStyle;rounded=0;strokeColor=light-dark(#00ff2a, #814300);strokeWidth=3;endArrow=open;endFill=0;fontSize=15;entryX=0.913;entryY=0;entryDx=0;entryDy=0;entryPerimeter=0;exitX=0.988;exitY=0.984;exitDx=0;exitDy=0;exitPerimeter=0;labelBackgroundColor=light-dark(#01f9e8, #ededed);fontColor=light-dark(#fa0000, #ededed);fontStyle=1" value=" checkpoint">
+           <mxGeometry relative="1" x="0.7805" y="-19" as="geometry">
+             <mxPoint as="offset" />
+             <mxPoint x="969.0920000000001" y="208.00800000000004" as="sourcePoint" />
+             <mxPoint x="969.1199999999999" y="454" as="targetPoint" />
          </mxGeometry>
        </mxCell>
-         <mxCell id="e-reader-sonar" edge="1" parent="1" source="reader" style="edgeStyle=orthogonalEdgeStyle;rounded=0;strokeColor=#90a4ae;strokeWidth=2;endArrow=open;endFill=0;exitX=0.141;exitY=1.003;exitDx=0;exitDy=0;exitPerimeter=0;" value="">
+         <mxCell id="e-reader-sonar" edge="1" parent="1" source="reader" style="edgeStyle=orthogonalEdgeStyle;rounded=0;strokeColor=light-dark(#000000, #55666e);strokeWidth=2;endArrow=open;endFill=0;exitX=0.141;exitY=1.003;exitDx=0;exitDy=0;exitPerimeter=0;" value="">
          <mxGeometry relative="1" as="geometry">
            <mxPoint x="85" y="398" as="sourcePoint" />
-             <mxPoint x="85" y="570" as="targetPoint" />
+             <mxPoint x="85" y="577" as="targetPoint" />
          </mxGeometry>
        </mxCell>
-         <mxCell id="e-val-sonar" edge="1" parent="1" source="validator" style="edgeStyle=orthogonalEdgeStyle;rounded=0;strokeColor=#90a4ae;strokeWidth=2;endArrow=open;endFill=0;exitX=0.5;exitY=1;exitDx=0;exitDy=0;entryX=0.807;entryY=-0.006;entryDx=0;entryDy=0;entryPerimeter=0;" target="sonar" value="">
+         <mxCell id="e-val-sonar" edge="1" parent="1" source="validator" style="edgeStyle=orthogonalEdgeStyle;rounded=0;strokeColor=light-dark(#000000, #55666e);strokeWidth=2;endArrow=open;endFill=0;exitX=0.5;exitY=1;exitDx=0;exitDy=0;entryX=0.807;entryY=-0.006;entryDx=0;entryDy=0;entryPerimeter=0;" target="sonar" value="">
          <mxGeometry relative="1" as="geometry">
            <Array as="points">
              <mxPoint x="634" y="554" />
              <mxPoint x="388" y="554" />
            </Array>
            <mxPoint x="380" y="528" as="targetPoint" />
          </mxGeometry>
        </mxCell>
        <mxCell id="r89WEBbX8JHI1xpW9uaq-2" parent="1" style="rounded=1;whiteSpace=wrap;html=1;strokeWidth=3;fillColor=none;strokeColor=light-dark(#ff0000, #ededed);" value="" vertex="1">
          <mxGeometry height="23.5" width="349" x="335" y="217" as="geometry" />
        </mxCell>
-         <mxCell id="e-ghagent-gh" edge="1" parent="1" source="github-agent" style="edgeStyle=orthogonalEdgeStyle;rounded=0;strokeColor=#90a4ae;strokeWidth=2;endArrow=open;endFill=0;exitX=0.5;exitY=1;exitDx=0;exitDy=0;entryX=0.394;entryY=0.021;entryDx=0;entryDy=0;entryPerimeter=0;" target="gh" value="">
+         <mxCell id="e-ghagent-gh" edge="1" parent="1" source="github-agent" style="edgeStyle=orthogonalEdgeStyle;rounded=0;strokeColor=light-dark(#000000, #55666e);strokeWidth=2;endArrow=open;endFill=0;exitX=0.5;exitY=1;exitDx=0;exitDy=0;entryX=0.394;entryY=0.021;entryDx=0;entryDy=0;entryPerimeter=0;" target="gh" value="">
          <mxGeometry relative="1" as="geometry">
            <Array as="points">
              <mxPoint x="862" y="433" />
              <mxPoint x="699" y="433" />
            </Array>
            <mxPoint x="700" y="580" as="targetPoint" />
          </mxGeometry>
        </mxCell>
        <mxCell id="o23SUQjP1X1r7azrbHUw-3" parent="1" style="dashed=0;outlineConnect=0;html=1;align=center;labelPosition=center;verticalLabelPosition=bottom;verticalAlign=top;shape=mxgraph.weblogos.github" value="" vertex="1">
          <mxGeometry height="29" width="32.5" x="519" y="586" as="geometry" />
        </mxCell>
      </root>
    </mxGraphModel>
  </diagram>
</mxfile>
